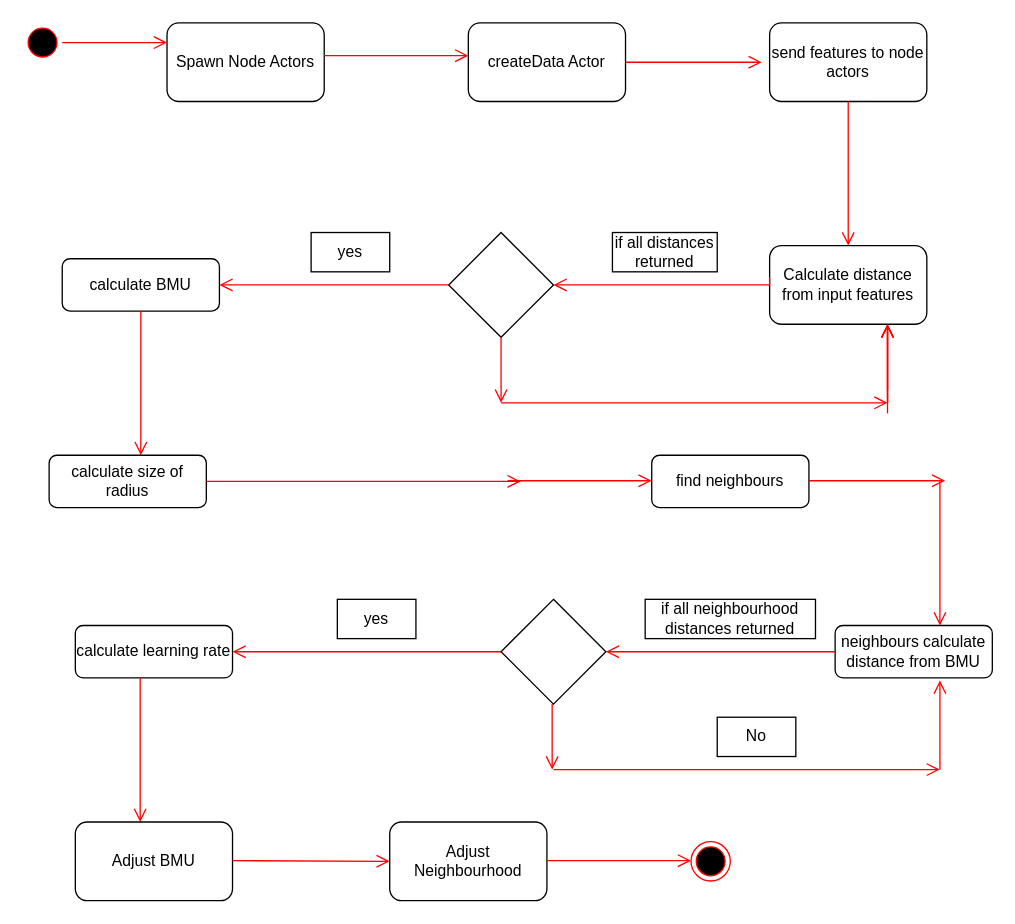
vanelopethecoder/som-basic keeps this draw.io diagram as Untitled Diagram.drawio. Above is the earlier version. Source tidied: cells renumbered, new cells numbered last; positions are measured from the earlier drawing's top-left corner, leaving out a move shared by most shapes. Both pictures are drawn from the tidied source at 131%, with x=0, y=0 at pixel (22, 22).
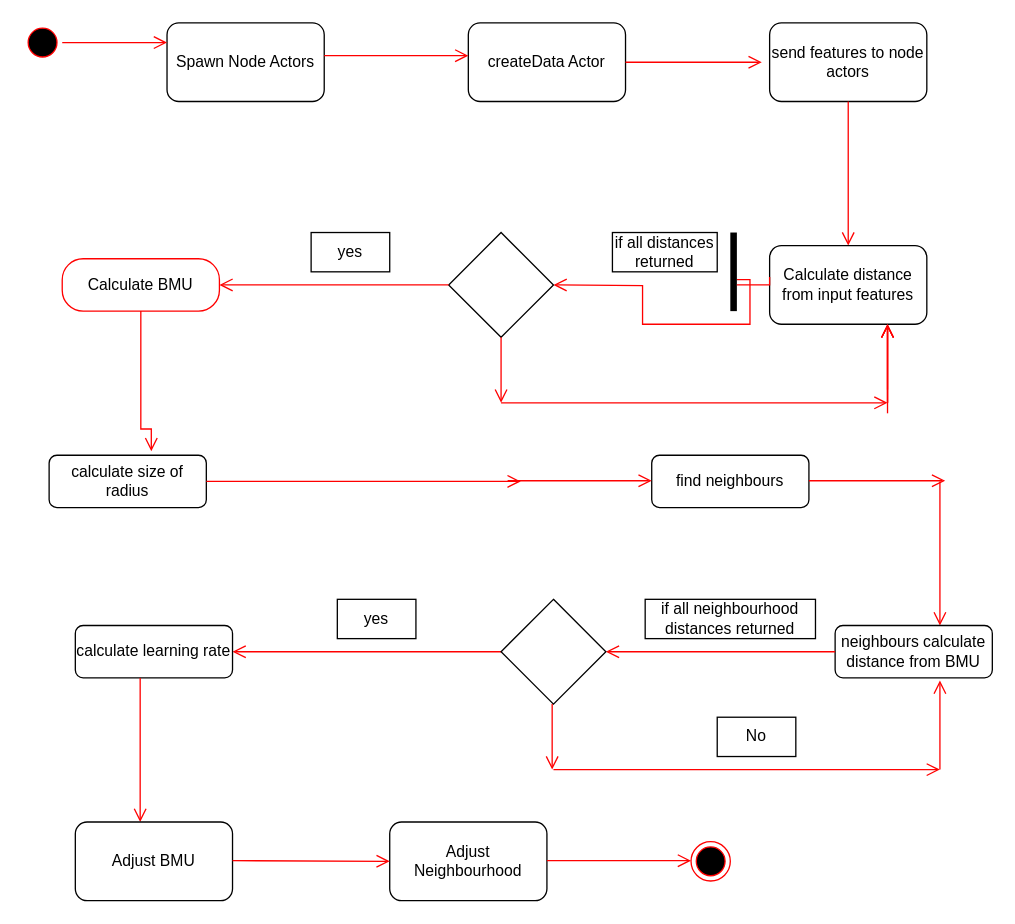
The same page after the edit.

The change refers to these unchanged cells:
```xml
<mxCell id="10" value="Calculate distance from input features" style="rounded=1;whiteSpace=wrap;html=1;" parent="1" vertex="1">
  <mxGeometry x="570" y="170" width="120" height="60" as="geometry" />
</mxCell>
```

Diff of the diagram source:
```diff
@@
-    <mxCell id="11" style="edgeStyle=orthogonalEdgeStyle;html=1;verticalAlign=bottom;endArrow=open;endSize=8;strokeColor=#ff0000;rounded=0;exitX=0;exitY=0.4;exitDx=0;exitDy=0;exitPerimeter=0;" parent="1" edge="1" source="10">
+    <mxCell id="11" style="edgeStyle=orthogonalEdgeStyle;html=1;verticalAlign=bottom;endArrow=open;endSize=8;strokeColor=#ff0000;rounded=0;exitX=0;exitY=0.4;exitDx=0;exitDy=0;exitPerimeter=0;startArrow=none;" parent="1" edge="1" source="49">
       <mxGeometry relative="1" as="geometry">
         <mxPoint x="405" y="200" as="targetPoint" />
-        <Array as="points">
-          <mxPoint x="570" y="200" />
-        </Array>
       </mxGeometry>
     </mxCell>
@@
-    <mxCell id="14" value="calculate BMU" style="rounded=1;whiteSpace=wrap;html=1;" parent="1" vertex="1">
-      <mxGeometry x="30" y="180" width="120" height="40" as="geometry" />
-    </mxCell>
@@
-    <mxCell id="16" style="edgeStyle=orthogonalEdgeStyle;html=1;verticalAlign=bottom;endArrow=open;endSize=8;strokeColor=#ff0000;rounded=0;entryX=0.5;entryY=0;entryDx=0;entryDy=0;exitX=0.5;exitY=1;exitDx=0;exitDy=0;" parent="1" edge="1">
-      <mxGeometry relative="1" as="geometry">
-        <mxPoint x="90" y="220" as="sourcePoint" />
-        <mxPoint x="90" y="330" as="targetPoint" />
-        <Array as="points">
-          <mxPoint x="90" y="290" />
-        </Array>
-      </mxGeometry>
-    </mxCell>
@@
+    <mxCell id="47" value="Calculate BMU" style="rounded=1;whiteSpace=wrap;html=1;arcSize=40;fontColor=#000000;fillColor=#FFFFFF;strokeColor=#ff0000;" parent="1" vertex="1">
+      <mxGeometry x="30" y="180" width="120" height="40" as="geometry" />
+    </mxCell>
+    <mxCell id="48" style="edgeStyle=orthogonalEdgeStyle;html=1;verticalAlign=bottom;endArrow=open;endSize=8;strokeColor=#ff0000;rounded=0;" parent="1" edge="1" source="47">
+      <mxGeometry relative="1" as="geometry">
+        <mxPoint x="98" y="327" as="targetPoint" />
+        <Array as="points">
+          <mxPoint x="90" y="310" />
+          <mxPoint x="98" y="310" />
+        </Array>
+      </mxGeometry>
+    </mxCell>
+    <mxCell id="49" style="html=1;points=[];perimeter=orthogonalPerimeter;fillColor=#000000;strokeColor=none;direction=west;" parent="1" vertex="1">
+      <mxGeometry x="540" y="160" width="5" height="60" as="geometry" />
+    </mxCell>
+    <mxCell id="50" style="edgeStyle=orthogonalEdgeStyle;html=1;verticalAlign=bottom;endArrow=none;endSize=8;strokeColor=#ff0000;rounded=0;exitX=0;exitY=0.4;exitDx=0;exitDy=0;exitPerimeter=0;" parent="1" edge="1" source="10" target="49">
+      <mxGeometry relative="1" as="geometry">
+        <Array as="points">
+          <mxPoint x="570" y="200" />
+        </Array>
+      </mxGeometry>
+    </mxCell>
```
